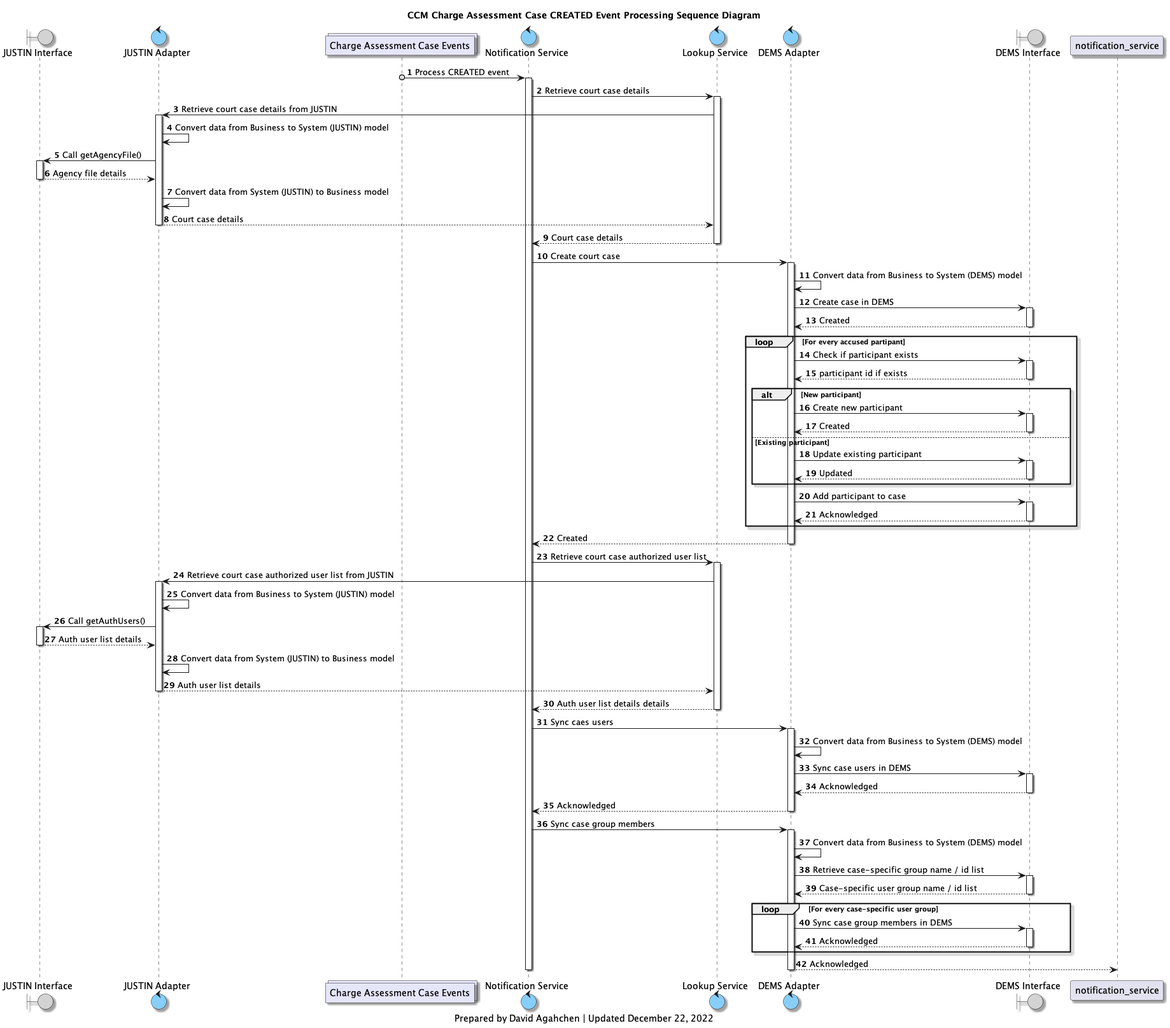
bcgov/jpss-jade-ccm keeps this PlantUML diagram as diagrams/img/ccm_charge_assessment_case_created_processing_sequence_diagram.png. Above is the earlier version. Its source is kept beside it as diagrams/ccm_charge_assessment_case_created_processing_sequence_diagram.plantuml.
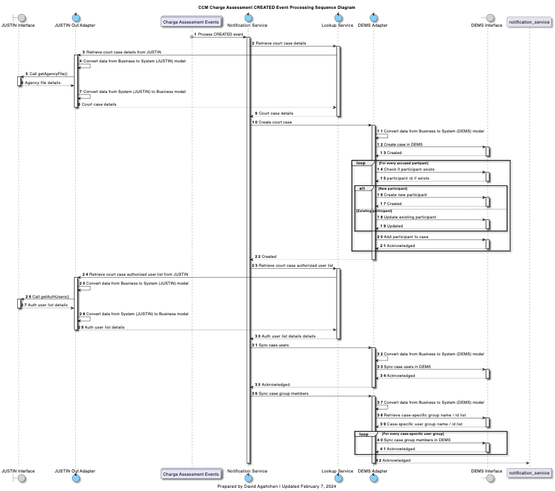
Later version of the same file.

The edit, as a diff of the source:
```diff
@@ -7,20 +7,20 @@
 
 
 boundary j_interface as "JUSTIN Interface"
-control j_adapter as "JUSTIN Adapter"
-collections charge_assessment_cases_topic as "Charge Assessment Case Events"
+control j_adapter as "JUSTIN Out Adapter"
+collections charge_assessments_topic as "Charge Assessment Events"
 control case_notification_service as "Notification Service"
 control case_lookup_service as "Lookup Service"
 control d_adapter as "DEMS Adapter"
 boundary d_interface as "DEMS Interface"
 
 title
-CCM Charge Assessment Case CREATED Event Processing Sequence Diagram
+CCM Charge Assessment CREATED Event Processing Sequence Diagram
 end title
 
 autonumber
 
-charge_assessment_cases_topic o-> case_notification_service : Process CREATED event
+charge_assessments_topic o-> case_notification_service : Process CREATED event
 activate case_notification_service
 case_notification_service -> case_lookup_service: Retrieve court case details
 activate case_lookup_service
@@ -120,6 +120,6 @@
 deactivate case_notification_service
 
 caption
-Prepared by David Agahchen | Updated December 22, 2022
+Prepared by David Agahchen | Updated February 7, 2024
 end caption
 @enduml
```
